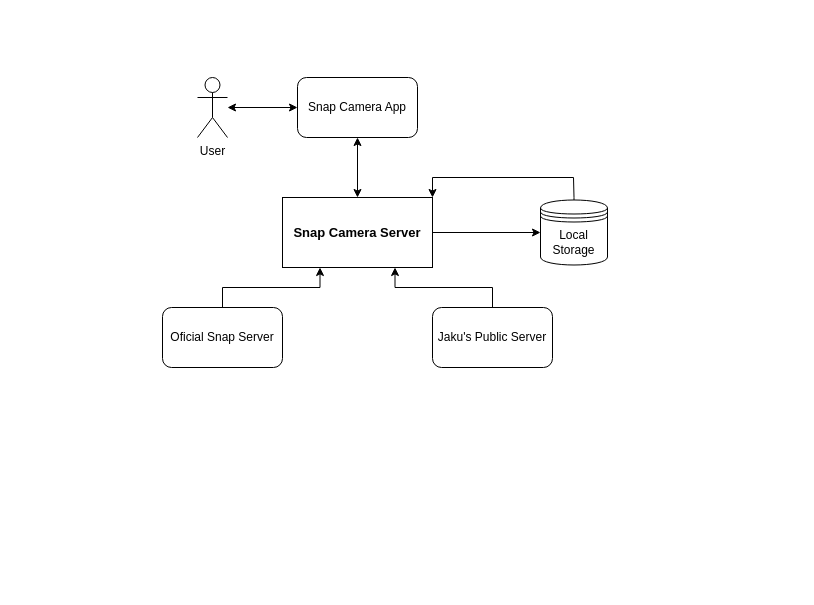
Above: snap-camera-schema.drawio in TheVic489/sound-board (draw.io), before the change. Source tidied: cells renumbered, new cells numbered last; positions are measured from the earlier drawing's top-left corner, leaving out a move shared by most shapes. Both pictures are drawn from the tidied source at 100%, with x=0, y=0 at pixel (162, 77). Pictures stored in the file or linked from it are replaced by grey dashed boxes.
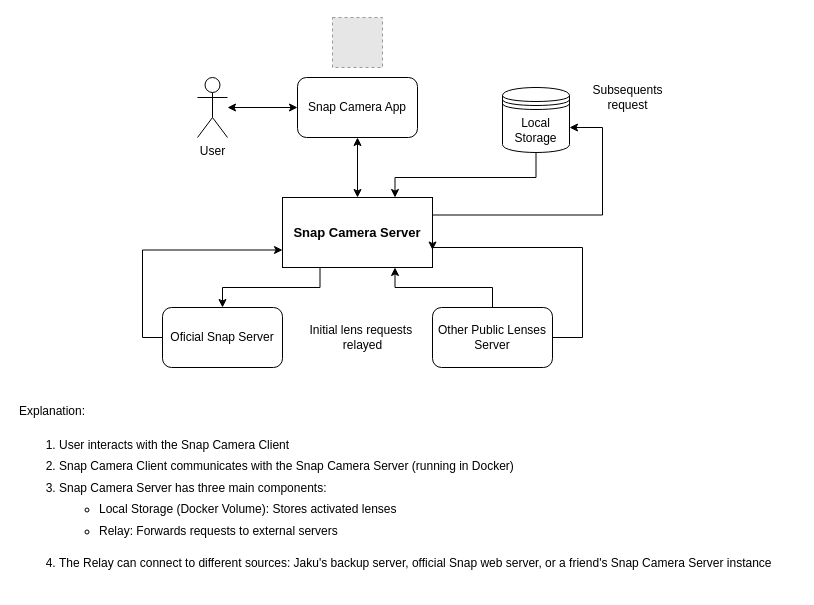
Above is the later version.

Unchanged cells that the change refers to:
```xml
<mxCell id="2" value="&lt;font size=&quot;1&quot; style=&quot;&quot;&gt;&lt;b style=&quot;font-size: 13px;&quot;&gt;Snap Camera Server&lt;/b&gt;&lt;/font&gt;" style="rounded=0;whiteSpace=wrap;html=1;" parent="1" vertex="1">
  <mxGeometry x="120" y="120" width="150" height="70" as="geometry" />
</mxCell>
<mxCell id="8" value="Oficial Snap Server" style="rounded=1;whiteSpace=wrap;html=1;" parent="1" vertex="1">
  <mxGeometry y="230" width="120" height="60" as="geometry" />
</mxCell>
```

The edit, as a diff of the source:
```diff
@@
-    <mxCell id="7" style="edgeStyle=orthogonalEdgeStyle;rounded=0;jettySize=auto;html=1;entryX=0.25;entryY=1;entryDx=0;entryDy=0;" parent="1" edge="1" source="8" target="2">
+    <mxCell id="7" style="edgeStyle=orthogonalEdgeStyle;rounded=0;jettySize=auto;html=1;entryX=0.25;entryY=1;entryDx=0;entryDy=0;startArrow=classic;startFill=1;endArrow=none;endFill=0;" parent="1" edge="1" source="8" target="2">
       <mxGeometry relative="1" as="geometry" />
     </mxCell>
+    <mxCell id="14" style="edgeStyle=orthogonalEdgeStyle;rounded=0;jettySize=auto;html=1;entryX=0;entryY=0.75;entryDx=0;entryDy=0;" parent="1" edge="1" source="8" target="2">
+      <mxGeometry relative="1" as="geometry">
+        <Array as="points">
+          <mxPoint x="-20" y="260" />
+          <mxPoint x="-20" y="173" />
+        </Array>
+      </mxGeometry>
+    </mxCell>
@@
+    <mxCell id="15" style="edgeStyle=orthogonalEdgeStyle;rounded=0;jettySize=auto;html=1;entryX=1;entryY=0.75;entryDx=0;entryDy=0;" parent="1" edge="1" source="10" target="2">
+      <mxGeometry relative="1" as="geometry">
+        <Array as="points">
+          <mxPoint x="420" y="260" />
+          <mxPoint x="420" y="170" />
+          <mxPoint x="270" y="170" />
+        </Array>
+      </mxGeometry>
+    </mxCell>
-    <mxCell id="10" value="Jaku's Public Server" style="rounded=1;whiteSpace=wrap;html=1;" parent="1" vertex="1">
+    <mxCell id="10" value="Other Public Lenses Server" style="rounded=1;whiteSpace=wrap;html=1;" parent="1" vertex="1">
       <mxGeometry x="270" y="230" width="120" height="60" as="geometry" />
     </mxCell>
-    <mxCell id="11" style="edgeStyle=orthogonalEdgeStyle;rounded=0;jettySize=auto;html=1;entryX=1;entryY=0;entryDx=0;entryDy=0;exitX=0.5;exitY=0;exitDx=0;exitDy=0;" parent="1" edge="1" source="13" target="2">
-      <mxGeometry relative="1" as="geometry">
-        <Array as="points">
-          <mxPoint x="411" y="120" />
-          <mxPoint x="411" y="100" />
-          <mxPoint x="270" y="100" />
-        </Array>
-      </mxGeometry>
-    </mxCell>
-    <mxCell id="12" style="endArrow=classic;html=1;rounded=0;exitX=1;exitY=0.5;exitDx=0;exitDy=0;entryX=0;entryY=0.5;entryDx=0;entryDy=0;" parent="1" edge="1" source="2" target="13">
-      <mxGeometry relative="1" as="geometry" />
-    </mxCell>
+    <mxCell id="16" style="edgeStyle=orthogonalEdgeStyle;rounded=0;jettySize=auto;html=1;entryX=0.75;entryY=0;entryDx=0;entryDy=0;exitX=0.5;exitY=1;exitDx=0;exitDy=0;" parent="1" edge="1" source="13" target="2">
+      <mxGeometry relative="1" as="geometry">
+        <Array as="points">
+          <mxPoint x="374" y="100" />
+          <mxPoint x="233" y="100" />
+        </Array>
+      </mxGeometry>
+    </mxCell>
+    <mxCell id="17" style="edgeStyle=orthogonalEdgeStyle;rounded=0;jettySize=auto;html=1;entryX=1;entryY=0.25;entryDx=0;entryDy=0;startArrow=classic;startFill=1;endArrow=none;endFill=0;" parent="1" edge="1" source="13" target="2">
+      <mxGeometry relative="1" as="geometry">
+        <Array as="points">
+          <mxPoint x="440" y="50" />
+          <mxPoint x="440" y="137" />
+        </Array>
+      </mxGeometry>
+    </mxCell>
     <mxCell id="13" value="Local Storage" style="shape=datastore;whiteSpace=wrap;html=1;" parent="1" vertex="1">
-      <mxGeometry x="378" y="122.5" width="67" height="65" as="geometry" />
+      <mxGeometry x="340" y="10" width="67" height="65" as="geometry" />
     </mxCell>
+    <mxCell id="18" value="Initial lens requests&amp;nbsp;&lt;div&gt;relayed&lt;/div&gt;" style="text;html=1;align=center;verticalAlign=middle;strokeColor=none;fillColor=none;" parent="1" vertex="1">
+      <mxGeometry x="135" y="240" width="130" height="40" as="geometry" />
+    </mxCell>
+    <mxCell id="19" value="Subsequents&lt;div&gt;request&lt;/div&gt;" style="text;html=1;align=center;verticalAlign=middle;strokeColor=none;fillColor=none;" parent="1" vertex="1">
+      <mxGeometry x="420" width="90" height="40" as="geometry" />
+    </mxCell>
+    <mxCell id="20" style="fillColor=#E6E6E6;strokeColor=#999999;dashed=1;verticalLabelPosition=bottom;labelBackgroundColor=default;verticalAlign=top;" parent="1" vertex="1">
+      <mxGeometry x="170" y="-60" width="50" height="50" as="geometry" />
+    </mxCell>
+    <mxCell id="21" value="&lt;p style=&quot;line-height: 90%;&quot; class=&quot;whitespace-pre-wrap break-words&quot;&gt;Explanation:&lt;/p&gt;&lt;ol style=&quot;line-height: 90%;&quot; depth=&quot;0&quot; class=&quot;-mt-1 list-decimal space-y-2 pl-8&quot;&gt;&lt;br&gt;&lt;li class=&quot;whitespace-normal break-words&quot;&gt;User interacts with the Snap Camera Client&lt;/li&gt;&lt;br&gt;&lt;li class=&quot;whitespace-normal break-words&quot;&gt;Snap Camera Client communicates with the Snap Camera Server (running in Docker)&lt;/li&gt;&lt;br&gt;&lt;li class=&quot;whitespace-normal break-words&quot;&gt;Snap Camera Server has three main components:&lt;br&gt;&lt;ul style=&quot;line-height: 90%;&quot; depth=&quot;1&quot; class=&quot;-mt-1 list-disc space-y-2 pl-8&quot;&gt;&lt;br&gt;&lt;li class=&quot;whitespace-normal break-words&quot;&gt;Local Storage (Docker Volume): Stores activated lenses&lt;/li&gt;&lt;br&gt;&lt;li class=&quot;whitespace-normal break-words&quot;&gt;Relay: Forwards requests to external servers&lt;/li&gt;&lt;/ul&gt;&lt;br&gt;&lt;/li&gt;&lt;br&gt;&lt;li style=&quot;&quot; class=&quot;whitespace-normal break-words&quot;&gt;The Relay can connect to different sources: Jaku's backup server, official Snap web server, or a friend's Snap Camera Server instance&lt;/li&gt;&lt;/ol&gt;" style="text;html=1;align=left;verticalAlign=middle;strokeColor=none;fillColor=none;" parent="1" vertex="1">
+      <mxGeometry x="-145" y="310" width="780" height="200" as="geometry" />
+    </mxCell>
```
